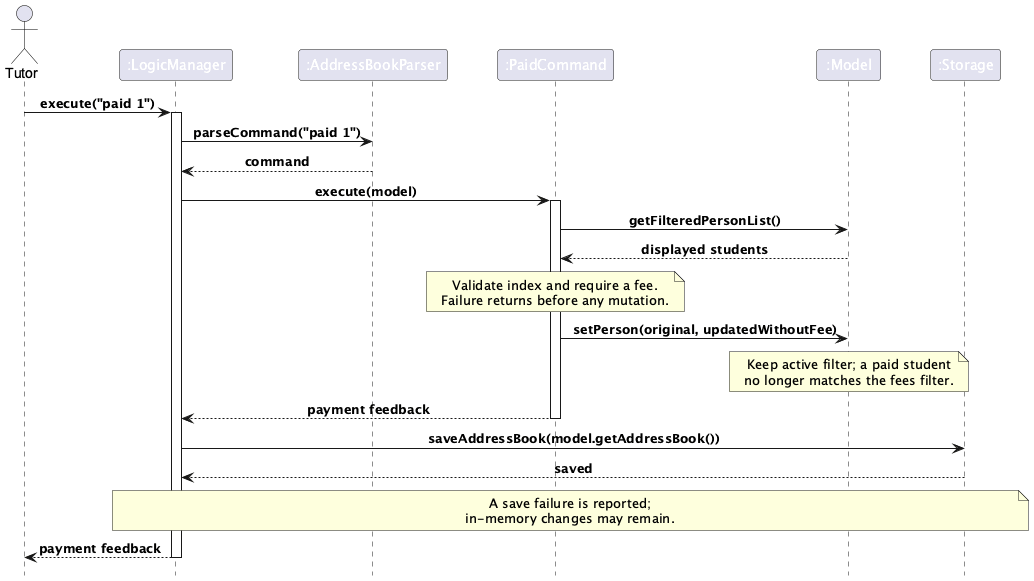
Before: docs/images/PaidSequenceDiagram.png, a diagram exported from PlantUML (AY2627S1-CS2103T-F09-2a/tp).
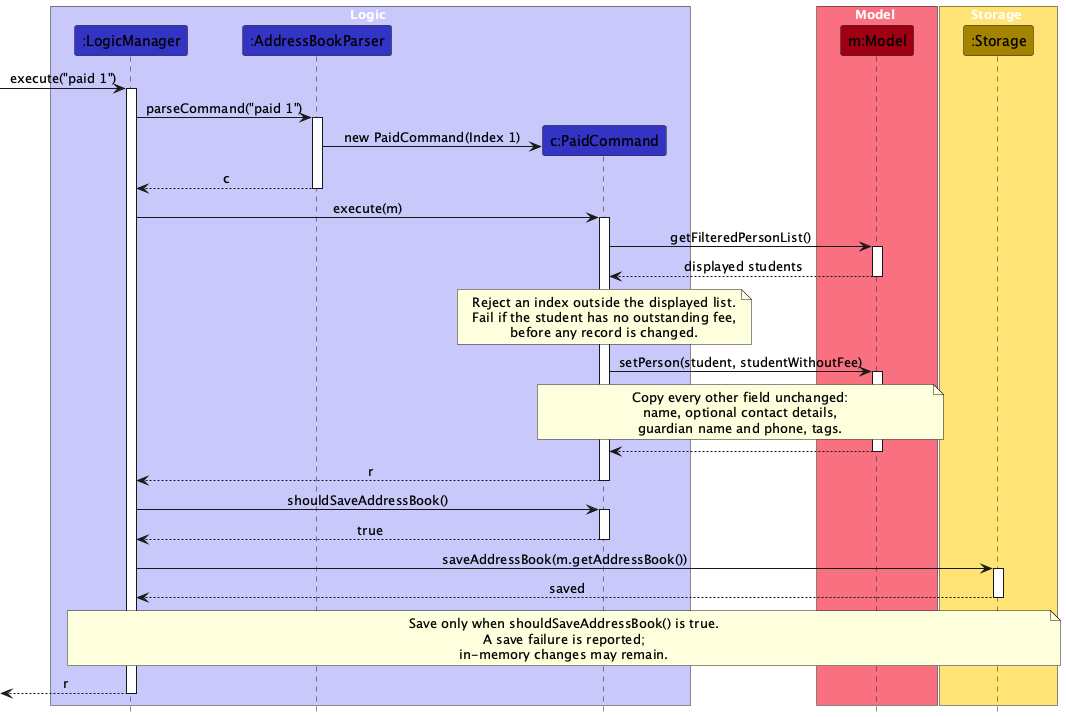
Above is the later version.

Commit message:
Redraw the paid sequence diagram in the notation used by the other DG diagrams

The diagram started with the tutor actor calling LogicManager, had no activation
bars for parseCommand, getFilteredPersonList, setPerson and saveAddressBook,
returned an unlabelled command, and omitted the shouldSaveAddressBook() step
that the Fees and FindGuardian diagrams show. Participant titles were white on
the pale T1 boxes.

Fixes #185. Fixes #179.

What changed in the source:
```diff
@@ -1,36 +1,74 @@
 @startuml
 !include style.puml
-actor Tutor
-participant ":LogicManager" as Logic
-participant ":AddressBookParser" as Parser
-participant ":PaidCommand" as Paid
-participant ":Model" as Model
-participant ":Storage" as Storage
-Tutor -> Logic : execute("paid 1")
+skinparam ArrowFontStyle plain
+
+skinparam Participant {
+    FontColor #000000
+}
+
+box Logic LOGIC_COLOR_T1
+participant ":LogicManager" as Logic LOGIC_COLOR
+participant ":AddressBookParser" as Parser LOGIC_COLOR
+participant "c:PaidCommand" as Paid LOGIC_COLOR
+end box
+
+box Model MODEL_COLOR_T1
+participant "m:Model" as Model MODEL_COLOR
+end box
+
+box Storage STORAGE_COLOR_T1
+participant ":Storage" as Storage STORAGE_COLOR
+end box
+
+[-> Logic : execute("paid 1")
 activate Logic
 Logic -> Parser : parseCommand("paid 1")
-Parser --> Logic : command
-Logic -> Paid : execute(model)
+activate Parser
+create Paid
+Parser -> Paid : new PaidCommand(Index 1)
+Parser --> Logic : c
+deactivate Parser
+
+Logic -> Paid : execute(m)
 activate Paid
 Paid -> Model : getFilteredPersonList()
+activate Model
 Model --> Paid : displayed students
+deactivate Model
 note over Paid
-Validate index and require a fee.
-Failure returns before any mutation.
+Reject an index outside the displayed list.
+Fail if the student has no outstanding fee,
+before any record is changed.
 end note
-Paid -> Model : setPerson(original, updatedWithoutFee)
-note over Model
-Keep active filter; a paid student
-no longer matches the fees filter.
+
+Paid -> Model : setPerson(student, studentWithoutFee)
+activate Model
+note over Paid, Model
+Copy every other field unchanged:
+name, optional contact details,
+guardian name and phone, tags.
 end note
-Paid --> Logic : payment feedback
- deactivate Paid
-Logic -> Storage : saveAddressBook(model.getAddressBook())
+Model --> Paid
+deactivate Model
+
+Paid --> Logic : r
+deactivate Paid
+
+Logic -> Paid : shouldSaveAddressBook()
+activate Paid
+Paid --> Logic : true
+deactivate Paid
+
+Logic -> Storage : saveAddressBook(m.getAddressBook())
+activate Storage
 Storage --> Logic : saved
+deactivate Storage
 note over Logic, Storage
+Save only when shouldSaveAddressBook() is true.
 A save failure is reported;
 in-memory changes may remain.
 end note
-Logic --> Tutor : payment feedback
- deactivate Logic
+
+[<-- Logic : r
+deactivate Logic
 @enduml
```
